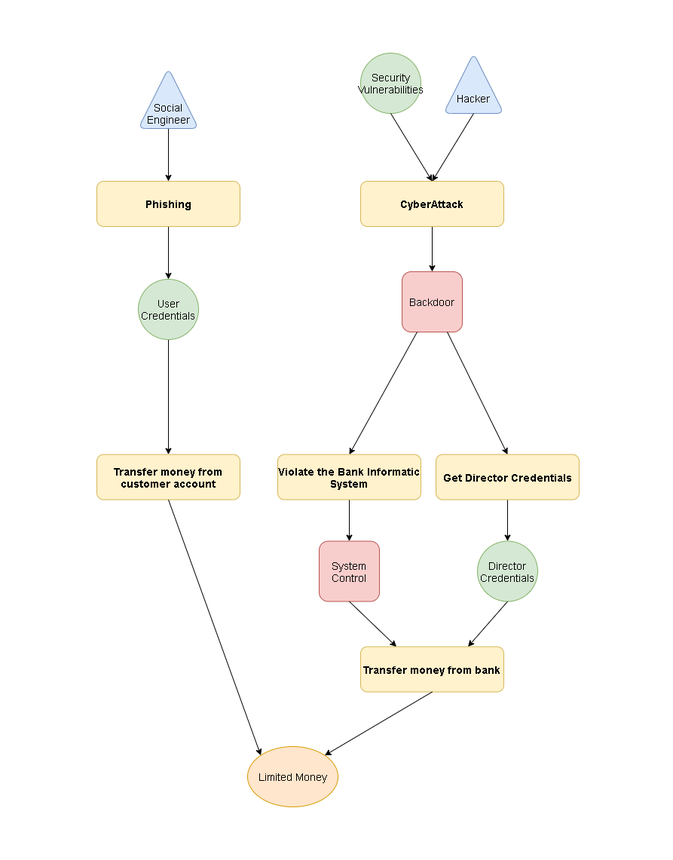
Before: documentazione/AttaccoInformatico.png, a diagram exported from draw.io (BarsantiNicola/BankRobbery). Source tidied: cells renumbered, new cells last; positions are measured from the earlier drawing's top-left corner, leaving out a move shared by most shapes.
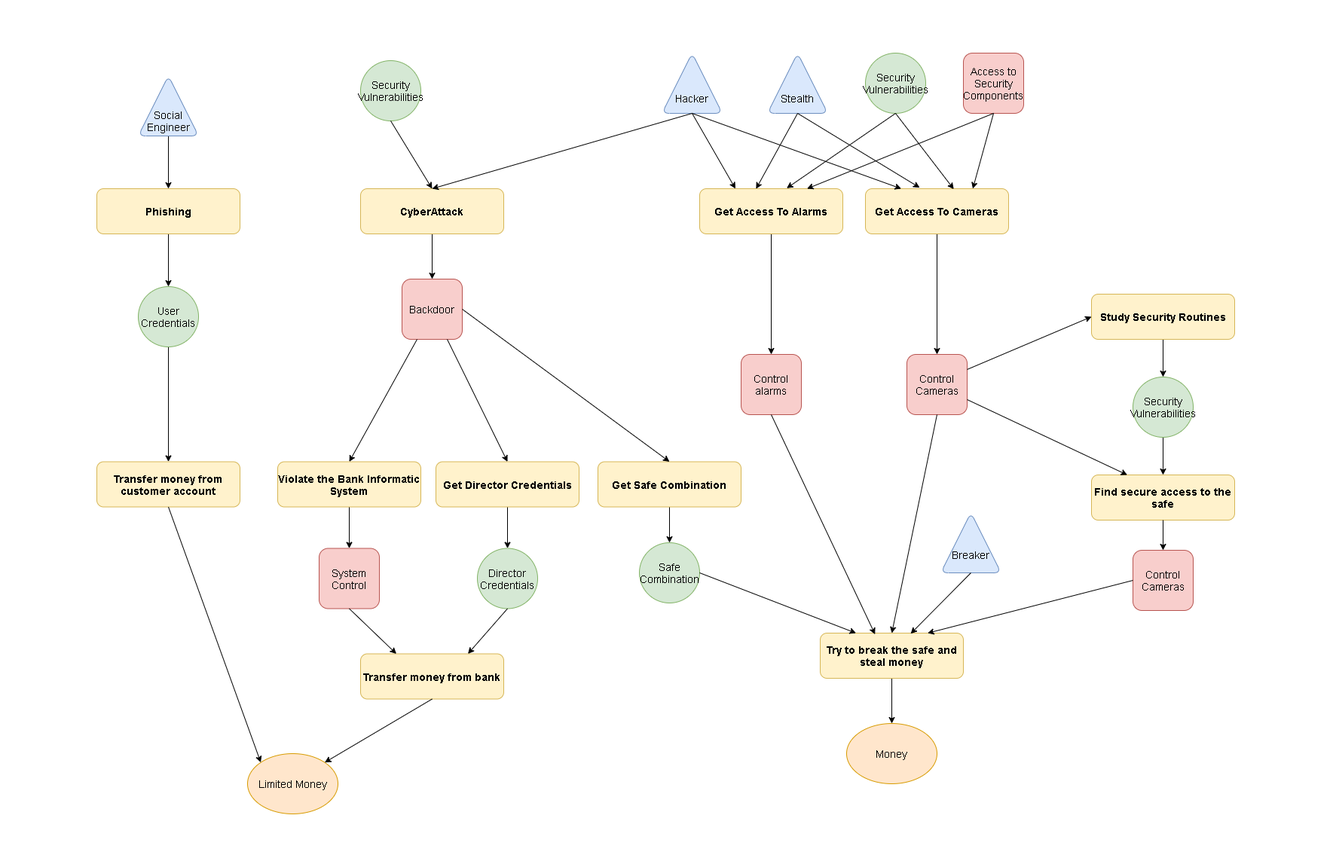
Above is the later version.

What changed in the source:
```diff
@@ -2,18 +2,132 @@
   <root>
     <mxCell id="0" />
     <mxCell id="1" parent="0" />
+    <mxCell id="36" style="triangle;whiteSpace=wrap;html=1;direction=north;fillColor=#dae8fc;strokeColor=#6c8ebf;rounded=1;" parent="1" vertex="1">
+      <mxGeometry x="878" y="60" width="80" height="80" as="geometry" />
+    </mxCell>
+    <mxCell id="37" style="triangle;whiteSpace=wrap;html=1;direction=north;fillColor=#dae8fc;strokeColor=#6c8ebf;rounded=1;" parent="1" vertex="1">
+      <mxGeometry x="1018" y="60" width="80" height="80" as="geometry" />
+    </mxCell>
+    <mxCell id="38" value="&lt;font style=&quot;font-size: 9px&quot;&gt;Security Vulnerabilities&lt;/font&gt;" style="ellipse;whiteSpace=wrap;html=1;rounded=1;fillColor=#d5e8d4;strokeColor=#82b366;" parent="1" vertex="1">
+      <mxGeometry x="1148" y="60" width="80" height="80" as="geometry" />
+    </mxCell>
+    <mxCell id="39" value="Access to Security Components" style="whiteSpace=wrap;html=1;rounded=1;fillColor=#f8cecc;strokeColor=#b85450;" parent="1" vertex="1">
+      <mxGeometry x="1278" y="60" width="80" height="80" as="geometry" />
+    </mxCell>
+    <mxCell id="40" style="edgeStyle=orthogonalEdgeStyle;rounded=0;jettySize=auto;html=1;exitX=0.5;exitY=1;exitDx=0;exitDy=0;entryX=0.5;entryY=0;entryDx=0;entryDy=0;strokeWidth=1;fontSize=8;" parent="1" edge="1" source="41" target="54">
+      <mxGeometry relative="1" as="geometry" />
+    </mxCell>
+    <mxCell id="41" value="&lt;b&gt;Get Access To Cameras&lt;/b&gt;" style="rounded=1;whiteSpace=wrap;html=1;fillColor=#fff2cc;strokeColor=#d6b656;" parent="1" vertex="1">
+      <mxGeometry x="1148" y="240" width="190" height="60" as="geometry" />
+    </mxCell>
+    <mxCell id="42" style="edgeStyle=orthogonalEdgeStyle;rounded=0;jettySize=auto;html=1;exitX=0.5;exitY=1;exitDx=0;exitDy=0;entryX=0.5;entryY=0;entryDx=0;entryDy=0;strokeWidth=1;fontSize=8;" parent="1" edge="1" source="43" target="53">
+      <mxGeometry relative="1" as="geometry" />
+    </mxCell>
+    <mxCell id="43" value="&lt;b&gt;Get Access To Alarms&lt;/b&gt;" style="rounded=1;whiteSpace=wrap;html=1;fillColor=#fff2cc;strokeColor=#d6b656;" parent="1" vertex="1">
+      <mxGeometry x="928" y="240" width="190" height="60" as="geometry" />
+    </mxCell>
+    <mxCell id="44" style="endArrow=classic;html=1;exitX=0;exitY=0.5;exitDx=0;exitDy=0;entryX=0.25;entryY=0;entryDx=0;entryDy=0;" parent="1" edge="1" source="36" target="43">
+      <mxGeometry relative="1" as="geometry" />
+    </mxCell>
+    <mxCell id="45" style="endArrow=classic;html=1;exitX=0;exitY=0.5;exitDx=0;exitDy=0;entryX=0.394;entryY=0.003;entryDx=0;entryDy=0;entryPerimeter=0;" parent="1" edge="1" source="37" target="43">
+      <mxGeometry relative="1" as="geometry" />
+    </mxCell>
+    <mxCell id="46" style="endArrow=classic;html=1;exitX=0.5;exitY=1;exitDx=0;exitDy=0;entryX=0.608;entryY=-0.01;entryDx=0;entryDy=0;entryPerimeter=0;" parent="1" edge="1" source="38" target="43">
+      <mxGeometry relative="1" as="geometry" />
+    </mxCell>
+    <mxCell id="47" style="endArrow=classic;html=1;exitX=0.5;exitY=1;exitDx=0;exitDy=0;entryX=0.75;entryY=0;entryDx=0;entryDy=0;" parent="1" edge="1" source="39" target="43">
+      <mxGeometry relative="1" as="geometry" />
+    </mxCell>
+    <mxCell id="48" style="endArrow=classic;html=1;exitX=0.5;exitY=1;exitDx=0;exitDy=0;entryX=0.75;entryY=0;entryDx=0;entryDy=0;" parent="1" edge="1" source="39" target="41">
+      <mxGeometry relative="1" as="geometry" />
+    </mxCell>
+    <mxCell id="49" style="endArrow=classic;html=1;exitX=0.5;exitY=1;exitDx=0;exitDy=0;entryX=0.617;entryY=0.01;entryDx=0;entryDy=0;entryPerimeter=0;" parent="1" edge="1" source="38" target="41">
+      <mxGeometry relative="1" as="geometry" />
+    </mxCell>
+    <mxCell id="50" style="endArrow=classic;html=1;exitX=0;exitY=0.5;exitDx=0;exitDy=0;entryX=0.379;entryY=-0.023;entryDx=0;entryDy=0;entryPerimeter=0;" parent="1" edge="1" source="37" target="41">
+      <mxGeometry relative="1" as="geometry" />
+    </mxCell>
+    <mxCell id="51" style="endArrow=classic;html=1;exitX=0;exitY=0.5;exitDx=0;exitDy=0;entryX=0.25;entryY=0;entryDx=0;entryDy=0;" parent="1" edge="1" source="36" target="41">
+      <mxGeometry relative="1" as="geometry" />
+    </mxCell>
+    <mxCell id="5" value="Hacker" style="text;html=1;strokeColor=none;fillColor=none;align=center;verticalAlign=middle;whiteSpace=wrap;rounded=0;" parent="1" vertex="1">
+      <mxGeometry x="878" y="110" width="80" height="20" as="geometry" />
+    </mxCell>
+    <mxCell id="52" value="Stealth" style="text;html=1;strokeColor=none;fillColor=none;align=center;verticalAlign=middle;whiteSpace=wrap;rounded=0;" parent="1" vertex="1">
+      <mxGeometry x="1038" y="110" width="40" height="20" as="geometry" />
+    </mxCell>
+    <mxCell id="53" value="Control&lt;br&gt;alarms" style="whiteSpace=wrap;html=1;rounded=1;fillColor=#f8cecc;strokeColor=#b85450;" parent="1" vertex="1">
+      <mxGeometry x="983" y="460" width="80" height="80" as="geometry" />
+    </mxCell>
+    <mxCell id="54" value="Control Cameras" style="whiteSpace=wrap;html=1;rounded=1;fillColor=#f8cecc;strokeColor=#b85450;" parent="1" vertex="1">
+      <mxGeometry x="1203" y="460" width="80" height="80" as="geometry" />
+    </mxCell>
+    <mxCell id="55" style="edgeStyle=orthogonalEdgeStyle;rounded=0;jettySize=auto;html=1;exitX=0.5;exitY=1;exitDx=0;exitDy=0;entryX=0.5;entryY=0;entryDx=0;entryDy=0;strokeWidth=1;fontSize=8;" parent="1" edge="1" source="56" target="58">
+      <mxGeometry relative="1" as="geometry" />
+    </mxCell>
+    <mxCell id="56" value="&lt;b&gt;Study Security Routines&lt;/b&gt;" style="rounded=1;whiteSpace=wrap;html=1;fillColor=#fff2cc;strokeColor=#d6b656;" parent="1" vertex="1">
+      <mxGeometry x="1448" y="380" width="190" height="60" as="geometry" />
+    </mxCell>
+    <mxCell id="57" style="edgeStyle=orthogonalEdgeStyle;rounded=0;jettySize=auto;html=1;exitX=0.5;exitY=1;exitDx=0;exitDy=0;entryX=0.5;entryY=0;entryDx=0;entryDy=0;strokeWidth=1;fontSize=8;" parent="1" edge="1" source="58" target="59">
+      <mxGeometry relative="1" as="geometry" />
+    </mxCell>
+    <mxCell id="58" value="&lt;font style=&quot;font-size: 9px&quot;&gt;Security Vulnerabilities&lt;/font&gt;" style="ellipse;whiteSpace=wrap;html=1;rounded=1;fillColor=#d5e8d4;strokeColor=#82b366;" parent="1" vertex="1">
+      <mxGeometry x="1503" y="490" width="80" height="80" as="geometry" />
+    </mxCell>
+    <mxCell id="59" value="&lt;b&gt;Find secure access to the safe&lt;/b&gt;" style="rounded=1;whiteSpace=wrap;html=1;fillColor=#fff2cc;strokeColor=#d6b656;" parent="1" vertex="1">
+      <mxGeometry x="1448" y="620" width="190" height="60" as="geometry" />
+    </mxCell>
+    <mxCell id="60" value="Control Cameras" style="whiteSpace=wrap;html=1;rounded=1;fillColor=#f8cecc;strokeColor=#b85450;" parent="1" vertex="1">
+      <mxGeometry x="1503" y="720" width="80" height="80" as="geometry" />
+    </mxCell>
+    <mxCell id="61" style="edgeStyle=orthogonalEdgeStyle;rounded=0;jettySize=auto;html=1;exitX=0.5;exitY=1;exitDx=0;exitDy=0;entryX=0.5;entryY=0;entryDx=0;entryDy=0;strokeWidth=1;fontSize=8;" parent="1" edge="1" source="62" target="63">
+      <mxGeometry relative="1" as="geometry" />
+    </mxCell>
+    <mxCell id="62" value="&lt;b&gt;Try to break the safe and steal money&lt;/b&gt;" style="rounded=1;whiteSpace=wrap;html=1;fillColor=#fff2cc;strokeColor=#d6b656;" parent="1" vertex="1">
+      <mxGeometry x="1088" y="830" width="190" height="60" as="geometry" />
+    </mxCell>
+    <mxCell id="63" value="Money" style="ellipse;whiteSpace=wrap;html=1;rounded=1;fontSize=8;fillColor=#ffe6cc;strokeColor=#d79b00;" parent="1" vertex="1">
+      <mxGeometry x="1123" y="950" width="120" height="80" as="geometry" />
+    </mxCell>
+    <mxCell id="64" style="endArrow=classic;html=1;strokeWidth=1;fontSize=8;exitX=0.5;exitY=1;exitDx=0;exitDy=0;entryX=0.5;entryY=0;entryDx=0;entryDy=0;" parent="1" edge="1" source="59" target="60">
+      <mxGeometry relative="1" as="geometry" />
+    </mxCell>
+    <mxCell id="65" style="endArrow=classic;html=1;strokeWidth=1;fontSize=8;exitX=0;exitY=0.5;exitDx=0;exitDy=0;entryX=0.75;entryY=0;entryDx=0;entryDy=0;" parent="1" edge="1" source="60" target="62">
+      <mxGeometry relative="1" as="geometry" />
+    </mxCell>
+    <mxCell id="66" style="endArrow=classic;html=1;strokeWidth=1;fontSize=8;exitX=0.5;exitY=1;exitDx=0;exitDy=0;entryX=0.5;entryY=0;entryDx=0;entryDy=0;" parent="1" edge="1" source="54" target="62">
+      <mxGeometry relative="1" as="geometry" />
+    </mxCell>
+    <mxCell id="67" style="endArrow=classic;html=1;strokeWidth=1;fontSize=8;exitX=0.5;exitY=1;exitDx=0;exitDy=0;entryX=0.383;entryY=0.027;entryDx=0;entryDy=0;entryPerimeter=0;" parent="1" edge="1" source="53" target="62">
+      <mxGeometry relative="1" as="geometry" />
+    </mxCell>
+    <mxCell id="68" style="endArrow=classic;html=1;strokeWidth=1;fontSize=8;exitX=1;exitY=0.75;exitDx=0;exitDy=0;entryX=0.25;entryY=0;entryDx=0;entryDy=0;" parent="1" edge="1" source="54" target="59">
+      <mxGeometry relative="1" as="geometry" />
+    </mxCell>
+    <mxCell id="69" style="endArrow=classic;html=1;strokeWidth=1;fontSize=8;exitX=1;exitY=0.25;exitDx=0;exitDy=0;entryX=0;entryY=0.5;entryDx=0;entryDy=0;" parent="1" edge="1" source="54" target="56">
+      <mxGeometry relative="1" as="geometry" />
+    </mxCell>
+    <mxCell id="70" value="&lt;br&gt;&lt;br&gt;Breaker" style="triangle;whiteSpace=wrap;html=1;direction=north;fillColor=#dae8fc;strokeColor=#6c8ebf;rounded=1;" parent="1" vertex="1">
+      <mxGeometry x="1248" y="670" width="80" height="80" as="geometry" />
+    </mxCell>
+    <mxCell id="71" style="endArrow=classic;html=1;strokeWidth=1;fontSize=8;exitX=0;exitY=0.5;exitDx=0;exitDy=0;entryX=0.632;entryY=0.013;entryDx=0;entryDy=0;entryPerimeter=0;" parent="1" edge="1" source="70" target="62">
+      <mxGeometry relative="1" as="geometry" />
+    </mxCell>
+    <mxCell id="72" style="rounded=0;whiteSpace=wrap;html=1;fontSize=8;strokeColor=none;" parent="1" vertex="1">
+      <mxGeometry x="1123" y="1040" width="120" height="60" as="geometry" />
+    </mxCell>
+    <mxCell id="73" style="rounded=0;whiteSpace=wrap;html=1;fontSize=8;strokeColor=none;" parent="1" vertex="1">
+      <mxGeometry x="1648" y="575" width="120" height="60" as="geometry" />
+    </mxCell>
+    <mxCell id="74" style="rounded=0;whiteSpace=wrap;html=1;fontSize=8;strokeColor=none;" parent="1" vertex="1">
+      <mxGeometry x="1158" y="-10" width="120" height="60" as="geometry" />
+    </mxCell>
     <mxCell id="2" style="edgeStyle=orthogonalEdgeStyle;rounded=0;jettySize=auto;html=1;exitX=0.5;exitY=1;exitDx=0;exitDy=0;entryX=0.5;entryY=0;entryDx=0;entryDy=0;strokeWidth=1;fontSize=8;" parent="1" edge="1" source="3" target="9">
       <mxGeometry relative="1" as="geometry" />
     </mxCell>
     <mxCell id="3" value="&lt;b&gt;CyberAttack&lt;/b&gt;" style="rounded=1;whiteSpace=wrap;html=1;fillColor=#fff2cc;strokeColor=#d6b656;" parent="1" vertex="1">
       <mxGeometry x="478" y="240" width="190" height="60" as="geometry" />
     </mxCell>
-    <mxCell id="4" style="triangle;whiteSpace=wrap;html=1;direction=north;fillColor=#dae8fc;strokeColor=#6c8ebf;rounded=1;" parent="1" vertex="1">
-      <mxGeometry x="588" y="70" width="80" height="80" as="geometry" />
-    </mxCell>
-    <mxCell id="5" value="Hacker" style="text;html=1;strokeColor=none;fillColor=none;align=center;verticalAlign=middle;whiteSpace=wrap;rounded=0;" parent="1" vertex="1">
-      <mxGeometry x="588" y="120" width="80" height="20" as="geometry" />
-    </mxCell>
     <mxCell id="6" style="edgeStyle=orthogonalEdgeStyle;rounded=0;jettySize=auto;html=1;exitX=0;exitY=0.5;exitDx=0;exitDy=0;entryX=0.5;entryY=0;entryDx=0;entryDy=0;strokeWidth=1;fontSize=8;" parent="1" edge="1" source="7" target="15">
       <mxGeometry relative="1" as="geometry" />
     </mxCell>
@@ -86,15 +200,24 @@
     <mxCell id="29" value="&lt;font style=&quot;font-size: 9px&quot;&gt;Security Vulnerabilities&lt;/font&gt;" style="ellipse;whiteSpace=wrap;html=1;rounded=1;fillColor=#d5e8d4;strokeColor=#82b366;" parent="1" vertex="1">
       <mxGeometry x="478" y="70" width="80" height="80" as="geometry" />
     </mxCell>
-    <mxCell id="30" style="endArrow=classic;html=1;strokeWidth=1;fontSize=8;exitX=0;exitY=0.5;exitDx=0;exitDy=0;entryX=0.5;entryY=0;entryDx=0;entryDy=0;" parent="1" edge="1" source="4" target="3">
-      <mxGeometry relative="1" as="geometry" />
-    </mxCell>
+    <mxCell id="75" style="endArrow=classic;html=1;strokeWidth=1;fontSize=8;exitX=0;exitY=0.5;exitDx=0;exitDy=0;entryX=0.5;entryY=0;entryDx=0;entryDy=0;" parent="1" edge="1" source="36" target="3">
+      <mxGeometry relative="1" as="geometry" />
+    </mxCell>
     <mxCell id="31" style="endArrow=classic;html=1;strokeWidth=1;fontSize=8;exitX=0.5;exitY=1;exitDx=0;exitDy=0;entryX=0.5;entryY=0;entryDx=0;entryDy=0;" parent="1" edge="1" source="29" target="3">
       <mxGeometry relative="1" as="geometry" />
     </mxCell>
-    <mxCell id="32" style="rounded=0;whiteSpace=wrap;html=1;fontSize=8;strokeColor=none;" parent="1" vertex="1">
-      <mxGeometry x="772" y="605" width="120" height="60" as="geometry" />
-    </mxCell>
+    <mxCell id="76" style="edgeStyle=orthogonalEdgeStyle;rounded=0;jettySize=auto;html=1;exitX=0.5;exitY=1;exitDx=0;exitDy=0;entryX=0.5;entryY=0;entryDx=0;entryDy=0;strokeWidth=1;fontSize=8;" parent="1" edge="1" source="77" target="78">
+      <mxGeometry relative="1" as="geometry" />
+    </mxCell>
+    <mxCell id="77" value="&lt;b&gt;Get Safe Combination&lt;/b&gt;" style="rounded=1;whiteSpace=wrap;html=1;fillColor=#fff2cc;strokeColor=#d6b656;" parent="1" vertex="1">
+      <mxGeometry x="793" y="602.5" width="190" height="60" as="geometry" />
+    </mxCell>
+    <mxCell id="78" value="&lt;font style=&quot;font-size: 9px&quot;&gt;Safe&lt;br&gt;Combination&lt;br&gt;&lt;/font&gt;" style="ellipse;whiteSpace=wrap;html=1;rounded=1;fillColor=#d5e8d4;strokeColor=#82b366;" parent="1" vertex="1">
+      <mxGeometry x="848" y="710" width="80" height="80" as="geometry" />
+    </mxCell>
+    <mxCell id="79" style="endArrow=classic;html=1;strokeWidth=1;fontSize=8;exitX=1;exitY=0.5;exitDx=0;exitDy=0;entryX=0.25;entryY=0;entryDx=0;entryDy=0;" parent="1" edge="1" source="78" target="62">
+      <mxGeometry relative="1" as="geometry" />
+    </mxCell>
     <mxCell id="33" style="rounded=0;whiteSpace=wrap;html=1;fontSize=8;strokeColor=none;" parent="1" vertex="1">
       <mxGeometry y="240" width="120" height="60" as="geometry" />
     </mxCell>
@@ -104,5 +227,8 @@
     <mxCell id="35" style="rounded=0;whiteSpace=wrap;html=1;fontSize=8;strokeColor=none;" parent="1" vertex="1">
       <mxGeometry x="348" y="1080" width="120" height="60" as="geometry" />
     </mxCell>
+    <mxCell id="80" style="endArrow=classic;html=1;strokeWidth=1;fontSize=8;exitX=1;exitY=0.5;exitDx=0;exitDy=0;entryX=0.5;entryY=0;entryDx=0;entryDy=0;" parent="1" edge="1" source="9" target="77">
+      <mxGeometry relative="1" as="geometry" />
+    </mxCell>
   </root>
 </mxGraphModel>
```
